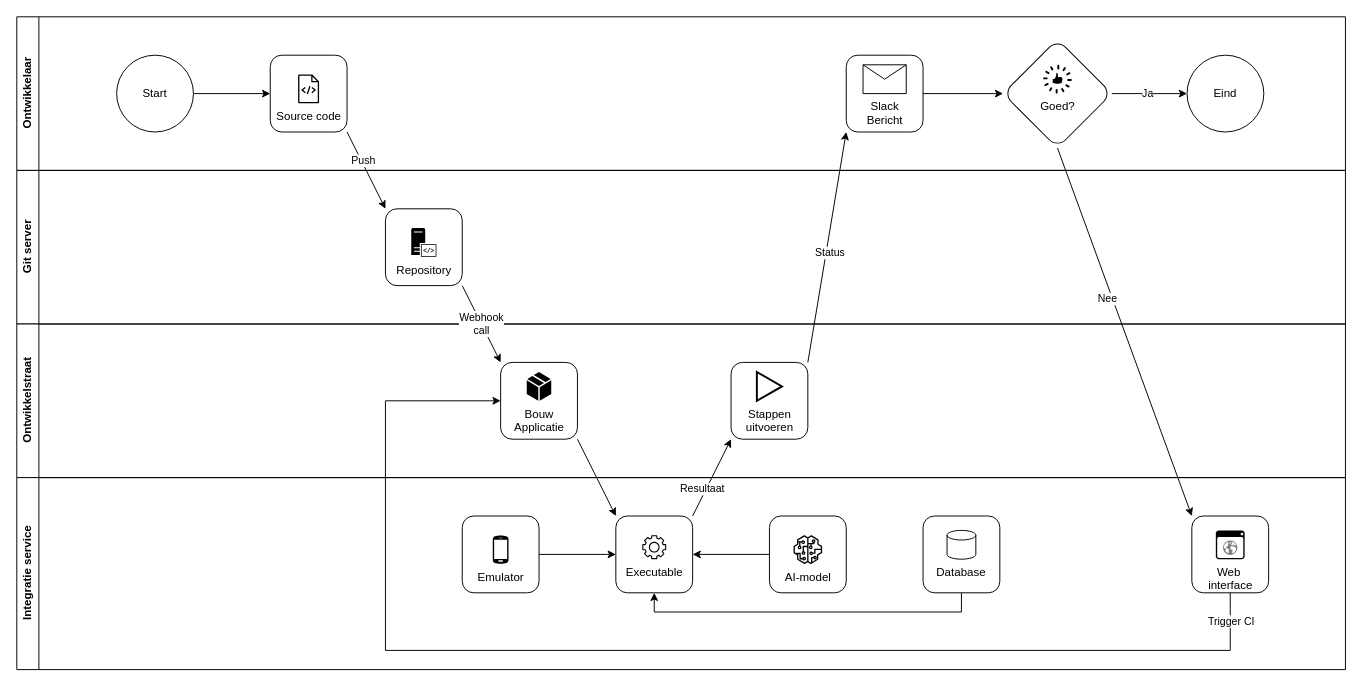
Earlier version of the draw.io diagram page "Integratie service" (13 of 13) of cli app.drawio (luukvankooten/draw.io). Source tidied: cells renumbered, new cells numbered last; positions are measured from the earlier drawing's top-left corner, leaving out a move shared by most shapes. Both pictures are drawn from the tidied source at 96%, with x=0, y=0 at pixel (16, 16).
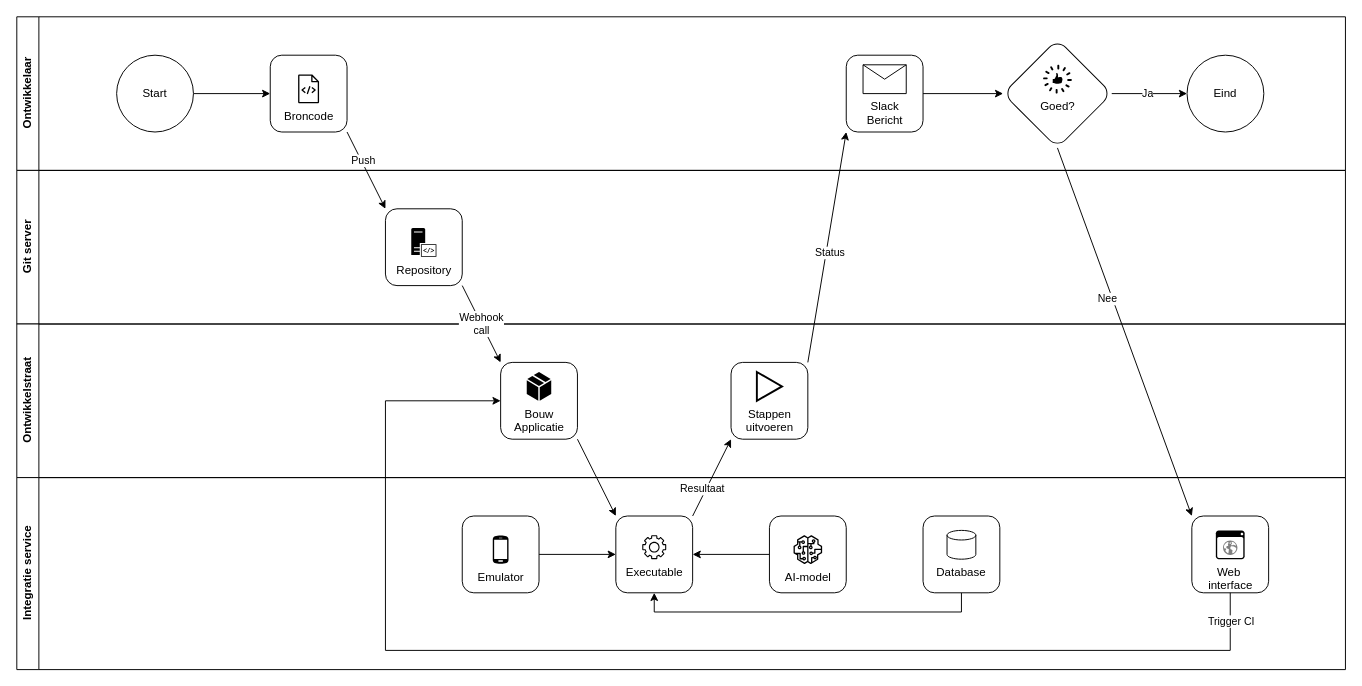
The same page after the edit.

Unchanged cells that the change refers to:
```xml
<mxCell id="2" value="Ontwikkelaar" style="swimlane;horizontal=0;whiteSpace=wrap;html=1;" parent="1" vertex="1">
  <mxGeometry width="1384" height="160" as="geometry" />
</mxCell>
```

The edit, as a diff of the source:
```diff
@@
-    <mxCell id="8" value="&lt;font color=&quot;#000000&quot;&gt;Source code&lt;/font&gt;" style="sketch=0;fontColor=#232F3E;gradientColor=none;fillColor=#000000;strokeColor=none;dashed=0;verticalLabelPosition=bottom;verticalAlign=top;align=center;html=1;fontSize=12;fontStyle=0;shape=mxgraph.aws4.source_code;" parent="2" vertex="1">
+    <mxCell id="8" value="&lt;div&gt;&lt;font color=&quot;#000000&quot;&gt;Broncode&lt;/font&gt;&lt;/div&gt;" style="sketch=0;fontColor=#232F3E;gradientColor=none;fillColor=#000000;strokeColor=none;dashed=0;verticalLabelPosition=bottom;verticalAlign=top;align=center;html=1;fontSize=12;fontStyle=0;shape=mxgraph.aws4.source_code;" parent="2" vertex="1">
       <mxGeometry x="293" y="60" width="21.9" height="30" as="geometry" />
     </mxCell>
```
